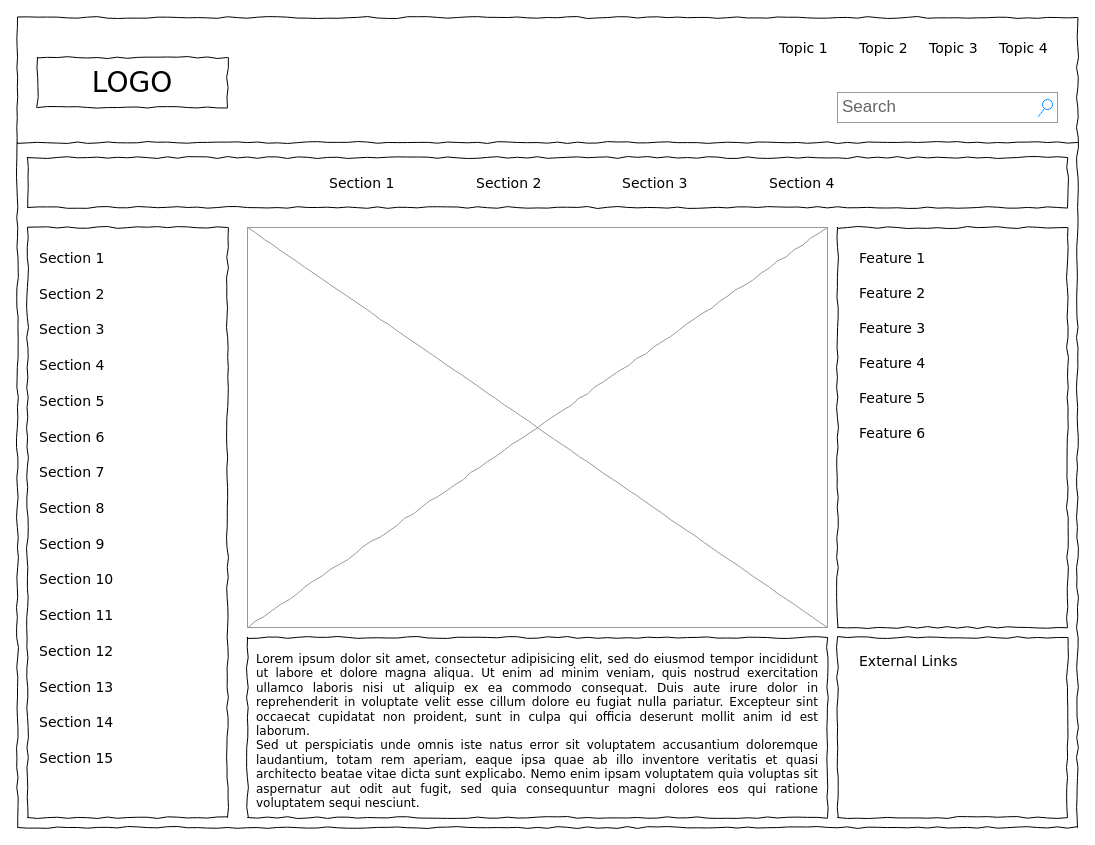
The draw.io diagram project1/Untitled Diagram.drawio in Alpheus31/CMST385, before the edit. Source tidied: cells renumbered, new cells numbered last; positions are measured from the earlier drawing's top-left corner, leaving out a move shared by most shapes. Both pictures are drawn from the tidied source at 100%, with x=0, y=0 at pixel (17, 17).
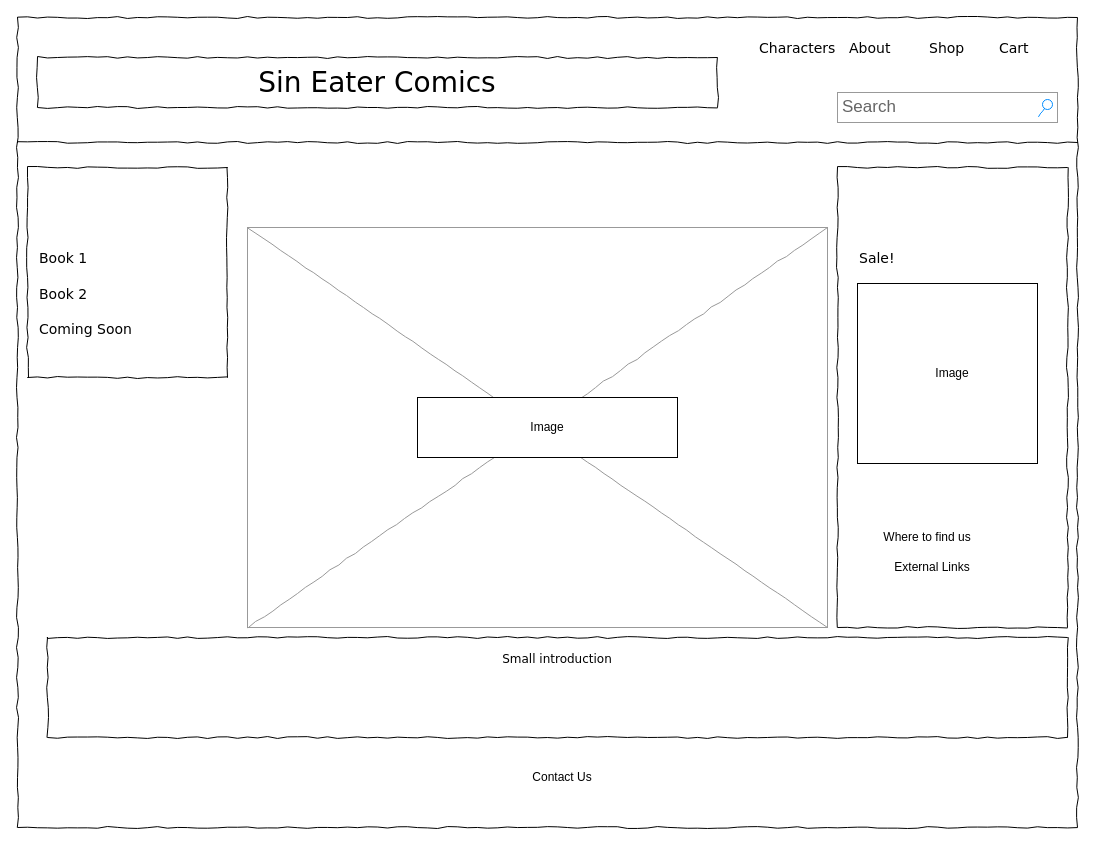
After the change.

Change to the diagram source:
```diff
@@
-    <mxCell id="3" value="LOGO" style="whiteSpace=wrap;html=1;rounded=0;shadow=0;labelBackgroundColor=none;strokeWidth=1;fontFamily=Verdana;fontSize=28;align=center;comic=1;" parent="1" vertex="1">
-      <mxGeometry x="20" y="40" width="190" height="50" as="geometry" />
+    <mxCell id="3" value="Sin Eater Comics" style="whiteSpace=wrap;html=1;rounded=0;shadow=0;labelBackgroundColor=none;strokeWidth=1;fontFamily=Verdana;fontSize=28;align=center;comic=1;" parent="1" vertex="1">
+      <mxGeometry x="20" y="40" width="680" height="50" as="geometry" />
     </mxCell>
@@
-    <mxCell id="5" value="Topic 1" style="text;html=1;align=left;verticalAlign=top;spacingTop=-4;fontSize=14;fontFamily=Verdana;" parent="1" vertex="1">
-      <mxGeometry x="760" y="20" width="60" height="20" as="geometry" />
+    <mxCell id="5" value="Characters" style="text;html=1;align=left;verticalAlign=top;spacingTop=-4;fontSize=14;fontFamily=Verdana;" parent="1" vertex="1">
+      <mxGeometry x="740" y="20" width="80" height="20" as="geometry" />
     </mxCell>
-    <mxCell id="6" value="Topic 2" style="text;html=1;align=left;verticalAlign=top;spacingTop=-4;fontSize=14;fontFamily=Verdana;" parent="1" vertex="1">
-      <mxGeometry x="840" y="20" width="60" height="20" as="geometry" />
+    <mxCell id="6" value="About" style="text;html=1;align=left;verticalAlign=top;spacingTop=-4;fontSize=14;fontFamily=Verdana;" parent="1" vertex="1">
+      <mxGeometry x="830" y="20" width="60" height="20" as="geometry" />
     </mxCell>
-    <mxCell id="7" value="Topic 3" style="text;html=1;align=left;verticalAlign=top;spacingTop=-4;fontSize=14;fontFamily=Verdana;" parent="1" vertex="1">
+    <mxCell id="7" value="Shop" style="text;html=1;align=left;verticalAlign=top;spacingTop=-4;fontSize=14;fontFamily=Verdana;" parent="1" vertex="1">
       <mxGeometry x="910" y="20" width="60" height="20" as="geometry" />
     </mxCell>
-    <mxCell id="8" value="Topic 4" style="text;html=1;align=left;verticalAlign=top;spacingTop=-4;fontSize=14;fontFamily=Verdana;" parent="1" vertex="1">
+    <mxCell id="8" value="Cart" style="text;html=1;align=left;verticalAlign=top;spacingTop=-4;fontSize=14;fontFamily=Verdana;" parent="1" vertex="1">
       <mxGeometry x="980" y="20" width="60" height="20" as="geometry" />
     </mxCell>
     <mxCell id="9" style="whiteSpace=wrap;html=1;rounded=0;shadow=0;labelBackgroundColor=none;strokeWidth=1;fillColor=none;fontFamily=Verdana;fontSize=12;align=center;comic=1;" parent="1" vertex="1">
-      <mxGeometry x="10" y="210" width="200" height="590" as="geometry" />
+      <mxGeometry x="10" y="150" width="200" height="210" as="geometry" />
     </mxCell>
@@
-    <mxCell id="11" style="whiteSpace=wrap;html=1;rounded=0;shadow=0;labelBackgroundColor=none;strokeWidth=1;fillColor=none;fontFamily=Verdana;fontSize=12;align=center;comic=1;" parent="1" vertex="1">
-      <mxGeometry x="10" y="140" width="1040" height="50" as="geometry" />
-    </mxCell>
-    <mxCell id="12" value="Section 1" style="text;html=1;align=left;verticalAlign=top;spacingTop=-4;fontSize=14;fontFamily=Verdana;" parent="1" vertex="1">
-      <mxGeometry x="310" y="155" width="60" height="20" as="geometry" />
-    </mxCell>
-    <mxCell id="13" value="Section 2" style="text;html=1;align=left;verticalAlign=top;spacingTop=-4;fontSize=14;fontFamily=Verdana;" parent="1" vertex="1">
-      <mxGeometry x="457" y="155" width="60" height="20" as="geometry" />
-    </mxCell>
-    <mxCell id="14" value="Section 3" style="text;html=1;align=left;verticalAlign=top;spacingTop=-4;fontSize=14;fontFamily=Verdana;" parent="1" vertex="1">
-      <mxGeometry x="603" y="155" width="60" height="20" as="geometry" />
-    </mxCell>
-    <mxCell id="15" value="Section 4" style="text;html=1;align=left;verticalAlign=top;spacingTop=-4;fontSize=14;fontFamily=Verdana;" parent="1" vertex="1">
-      <mxGeometry x="750" y="155" width="60" height="20" as="geometry" />
-    </mxCell>
-    <mxCell id="16" value="&lt;div style=&quot;text-align: justify&quot;&gt;&lt;span&gt;Lorem ipsum dolor sit amet, consectetur adipisicing elit, sed do eiusmod tempor incididunt ut labore et dolore magna aliqua. Ut enim ad minim veniam, quis nostrud exercitation ullamco laboris nisi ut aliquip ex ea commodo consequat. Duis aute irure dolor in reprehenderit in voluptate velit esse cillum dolore eu fugiat nulla pariatur. Excepteur sint occaecat cupidatat non proident, sunt in culpa qui officia deserunt mollit anim id est laborum.&lt;/span&gt;&lt;/div&gt;&lt;div style=&quot;text-align: justify&quot;&gt;&lt;span&gt;Sed ut perspiciatis unde omnis iste natus error sit voluptatem accusantium doloremque laudantium, totam rem aperiam, eaque ipsa quae ab illo inventore veritatis et quasi architecto beatae vitae dicta sunt explicabo. Nemo enim ipsam voluptatem quia voluptas sit aspernatur aut odit aut fugit, sed quia consequuntur magni dolores eos qui ratione voluptatem sequi nesciunt.&amp;nbsp;&lt;/span&gt;&lt;/div&gt;" style="whiteSpace=wrap;html=1;rounded=0;shadow=0;labelBackgroundColor=none;strokeWidth=1;fillColor=none;fontFamily=Verdana;fontSize=12;align=center;verticalAlign=top;spacing=10;comic=1;" parent="1" vertex="1">
-      <mxGeometry x="230" y="620" width="580" height="180" as="geometry" />
+    <mxCell id="16" value="Small introduction " style="whiteSpace=wrap;html=1;rounded=0;shadow=0;labelBackgroundColor=none;strokeWidth=1;fillColor=none;fontFamily=Verdana;fontSize=12;align=center;verticalAlign=top;spacing=10;comic=1;" parent="1" vertex="1">
+      <mxGeometry x="30" y="620" width="1020" height="100" as="geometry" />
     </mxCell>
@@
     <mxCell id="18" style="whiteSpace=wrap;html=1;rounded=0;shadow=0;labelBackgroundColor=none;strokeWidth=1;fillColor=none;fontFamily=Verdana;fontSize=12;align=center;comic=1;" parent="1" vertex="1">
-      <mxGeometry x="820" y="210" width="230" height="400" as="geometry" />
+      <mxGeometry x="820" y="150" width="230" height="460" as="geometry" />
     </mxCell>
-    <mxCell id="19" style="whiteSpace=wrap;html=1;rounded=0;shadow=0;labelBackgroundColor=none;strokeWidth=1;fillColor=none;fontFamily=Verdana;fontSize=12;align=center;comic=1;" parent="1" vertex="1">
-      <mxGeometry x="820" y="620" width="230" height="180" as="geometry" />
-    </mxCell>
-    <mxCell id="20" value="Section 1" style="text;html=1;align=left;verticalAlign=top;spacingTop=-4;fontSize=14;fontFamily=Verdana;" parent="1" vertex="1">
+    <mxCell id="20" value="Book 1 " style="text;html=1;align=left;verticalAlign=top;spacingTop=-4;fontSize=14;fontFamily=Verdana;" parent="1" vertex="1">
       <mxGeometry x="20" y="230" width="170" height="20" as="geometry" />
     </mxCell>
-    <mxCell id="21" value="Section 2" style="text;html=1;align=left;verticalAlign=top;spacingTop=-4;fontSize=14;fontFamily=Verdana;" parent="1" vertex="1">
+    <mxCell id="21" value="Book 2" style="text;html=1;align=left;verticalAlign=top;spacingTop=-4;fontSize=14;fontFamily=Verdana;" parent="1" vertex="1">
       <mxGeometry x="20" y="266" width="170" height="20" as="geometry" />
     </mxCell>
-    <mxCell id="22" value="Section 3" style="text;html=1;align=left;verticalAlign=top;spacingTop=-4;fontSize=14;fontFamily=Verdana;" parent="1" vertex="1">
+    <mxCell id="22" value="Coming Soon" style="text;html=1;align=left;verticalAlign=top;spacingTop=-4;fontSize=14;fontFamily=Verdana;" parent="1" vertex="1">
       <mxGeometry x="20" y="301" width="170" height="20" as="geometry" />
     </mxCell>
-    <mxCell id="23" value="Section 4" style="text;html=1;align=left;verticalAlign=top;spacingTop=-4;fontSize=14;fontFamily=Verdana;" parent="1" vertex="1">
-      <mxGeometry x="20" y="337" width="170" height="20" as="geometry" />
-    </mxCell>
-    <mxCell id="24" value="Section 7" style="text;html=1;align=left;verticalAlign=top;spacingTop=-4;fontSize=14;fontFamily=Verdana;" parent="1" vertex="1">
-      <mxGeometry x="20" y="444" width="170" height="20" as="geometry" />
-    </mxCell>
-    <mxCell id="25" value="Section 8" style="text;html=1;align=left;verticalAlign=top;spacingTop=-4;fontSize=14;fontFamily=Verdana;" parent="1" vertex="1">
-      <mxGeometry x="20" y="480" width="170" height="20" as="geometry" />
-    </mxCell>
-    <mxCell id="26" value="Section 9" style="text;html=1;align=left;verticalAlign=top;spacingTop=-4;fontSize=14;fontFamily=Verdana;" parent="1" vertex="1">
-      <mxGeometry x="20" y="516" width="170" height="20" as="geometry" />
-    </mxCell>
-    <mxCell id="27" value="Section 10" style="text;html=1;align=left;verticalAlign=top;spacingTop=-4;fontSize=14;fontFamily=Verdana;" parent="1" vertex="1">
-      <mxGeometry x="20" y="551" width="170" height="20" as="geometry" />
-    </mxCell>
-    <mxCell id="28" value="Section 11" style="text;html=1;align=left;verticalAlign=top;spacingTop=-4;fontSize=14;fontFamily=Verdana;" parent="1" vertex="1">
-      <mxGeometry x="20" y="587" width="170" height="20" as="geometry" />
-    </mxCell>
-    <mxCell id="29" value="Section 12" style="text;html=1;align=left;verticalAlign=top;spacingTop=-4;fontSize=14;fontFamily=Verdana;" parent="1" vertex="1">
-      <mxGeometry x="20" y="623" width="170" height="20" as="geometry" />
-    </mxCell>
-    <mxCell id="30" value="Section 13" style="text;html=1;align=left;verticalAlign=top;spacingTop=-4;fontSize=14;fontFamily=Verdana;" parent="1" vertex="1">
-      <mxGeometry x="20" y="659" width="170" height="20" as="geometry" />
-    </mxCell>
-    <mxCell id="31" value="Section 14" style="text;html=1;align=left;verticalAlign=top;spacingTop=-4;fontSize=14;fontFamily=Verdana;" parent="1" vertex="1">
-      <mxGeometry x="20" y="694" width="170" height="20" as="geometry" />
-    </mxCell>
-    <mxCell id="32" value="Section 5" style="text;html=1;align=left;verticalAlign=top;spacingTop=-4;fontSize=14;fontFamily=Verdana;" parent="1" vertex="1">
-      <mxGeometry x="20" y="373" width="170" height="20" as="geometry" />
-    </mxCell>
-    <mxCell id="33" value="Section 6" style="text;html=1;align=left;verticalAlign=top;spacingTop=-4;fontSize=14;fontFamily=Verdana;" parent="1" vertex="1">
-      <mxGeometry x="20" y="409" width="170" height="20" as="geometry" />
-    </mxCell>
-    <mxCell id="34" value="Section 15" style="text;html=1;align=left;verticalAlign=top;spacingTop=-4;fontSize=14;fontFamily=Verdana;" parent="1" vertex="1">
-      <mxGeometry x="20" y="730" width="170" height="20" as="geometry" />
-    </mxCell>
+    <mxCell id="36" value="Sale!" style="text;html=1;align=left;verticalAlign=top;spacingTop=-4;fontSize=14;fontFamily=Verdana;" parent="1" vertex="1">
+      <mxGeometry x="840" y="230" width="170" height="20" as="geometry" />
+    </mxCell>
+    <mxCell id="42" value="Image" style="rounded=0;whiteSpace=wrap;html=1;" parent="1" vertex="1">
+      <mxGeometry x="400" y="380" width="260" height="60" as="geometry" />
+    </mxCell>
+    <mxCell id="43" value="Where to find us" style="text;html=1;strokeColor=none;fillColor=none;align=center;verticalAlign=middle;whiteSpace=wrap;rounded=0;" parent="1" vertex="1">
+      <mxGeometry x="840" y="510" width="140" height="20" as="geometry" />
+    </mxCell>
-    <mxCell id="35" value="External Links" style="text;html=1;align=left;verticalAlign=top;spacingTop=-4;fontSize=14;fontFamily=Verdana;" parent="1" vertex="1">
-      <mxGeometry x="840" y="633" width="170" height="20" as="geometry" />
+    <mxCell id="35" value="External Links" style="text;html=1;strokeColor=none;fillColor=none;align=center;verticalAlign=middle;whiteSpace=wrap;rounded=0;" parent="1" vertex="1">
+      <mxGeometry x="830" y="540" width="170" height="20" as="geometry" />
     </mxCell>
-    <mxCell id="36" value="Feature 1" style="text;html=1;align=left;verticalAlign=top;spacingTop=-4;fontSize=14;fontFamily=Verdana;" parent="1" vertex="1">
-      <mxGeometry x="840" y="230" width="170" height="20" as="geometry" />
-    </mxCell>
-    <mxCell id="37" value="Feature 2" style="text;html=1;align=left;verticalAlign=top;spacingTop=-4;fontSize=14;fontFamily=Verdana;" parent="1" vertex="1">
-      <mxGeometry x="840" y="265" width="170" height="20" as="geometry" />
-    </mxCell>
-    <mxCell id="38" value="Feature 3" style="text;html=1;align=left;verticalAlign=top;spacingTop=-4;fontSize=14;fontFamily=Verdana;" parent="1" vertex="1">
-      <mxGeometry x="840" y="300" width="170" height="20" as="geometry" />
-    </mxCell>
-    <mxCell id="39" value="Feature 4" style="text;html=1;align=left;verticalAlign=top;spacingTop=-4;fontSize=14;fontFamily=Verdana;" parent="1" vertex="1">
-      <mxGeometry x="840" y="335" width="170" height="20" as="geometry" />
-    </mxCell>
-    <mxCell id="40" value="Feature 5" style="text;html=1;align=left;verticalAlign=top;spacingTop=-4;fontSize=14;fontFamily=Verdana;" parent="1" vertex="1">
-      <mxGeometry x="840" y="370" width="170" height="20" as="geometry" />
-    </mxCell>
-    <mxCell id="41" value="Feature 6" style="text;html=1;align=left;verticalAlign=top;spacingTop=-4;fontSize=14;fontFamily=Verdana;" parent="1" vertex="1">
-      <mxGeometry x="840" y="405" width="170" height="20" as="geometry" />
-    </mxCell>
+    <mxCell id="44" style="whiteSpace=wrap;html=1;" parent="1" vertex="1">
+      <mxGeometry x="840" y="266" width="180" height="180" as="geometry" />
+    </mxCell>
+    <mxCell id="45" value="Image" style="text;html=1;strokeColor=none;fillColor=none;align=center;verticalAlign=middle;whiteSpace=wrap;rounded=0;" parent="1" vertex="1">
+      <mxGeometry x="915" y="346" width="40" height="20" as="geometry" />
+    </mxCell>
+    <mxCell id="46" value="Contact Us" style="text;html=1;strokeColor=none;fillColor=none;align=center;verticalAlign=middle;whiteSpace=wrap;rounded=0;" parent="1" vertex="1">
+      <mxGeometry x="500" y="750" width="90" height="20" as="geometry" />
+    </mxCell>
```
